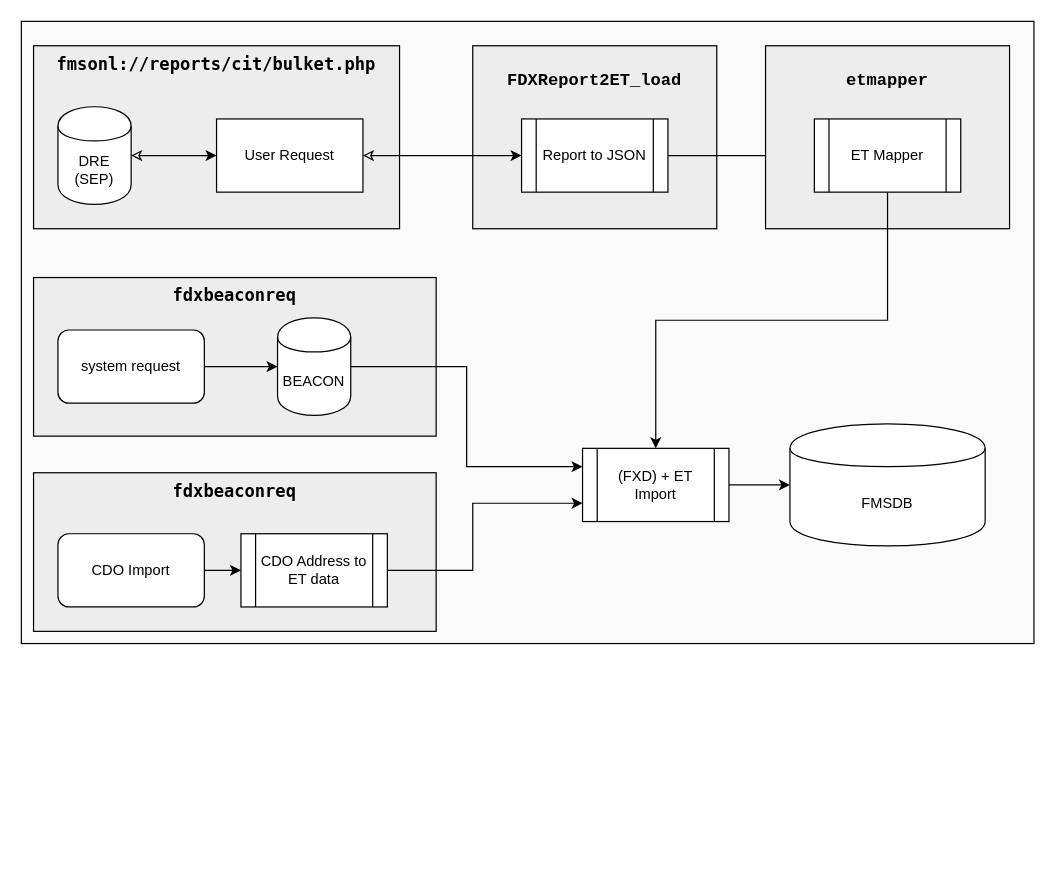
Above: beaconfms.drawio in mattybee/WorkPrjs (draw.io), before the change. Source tidied: cells renumbered, new cells numbered last; positions are measured from the earlier drawing's top-left corner, leaving out a move shared by most shapes. Both pictures are drawn from the tidied source at 122%, with x=0, y=0 at pixel (21, 21).
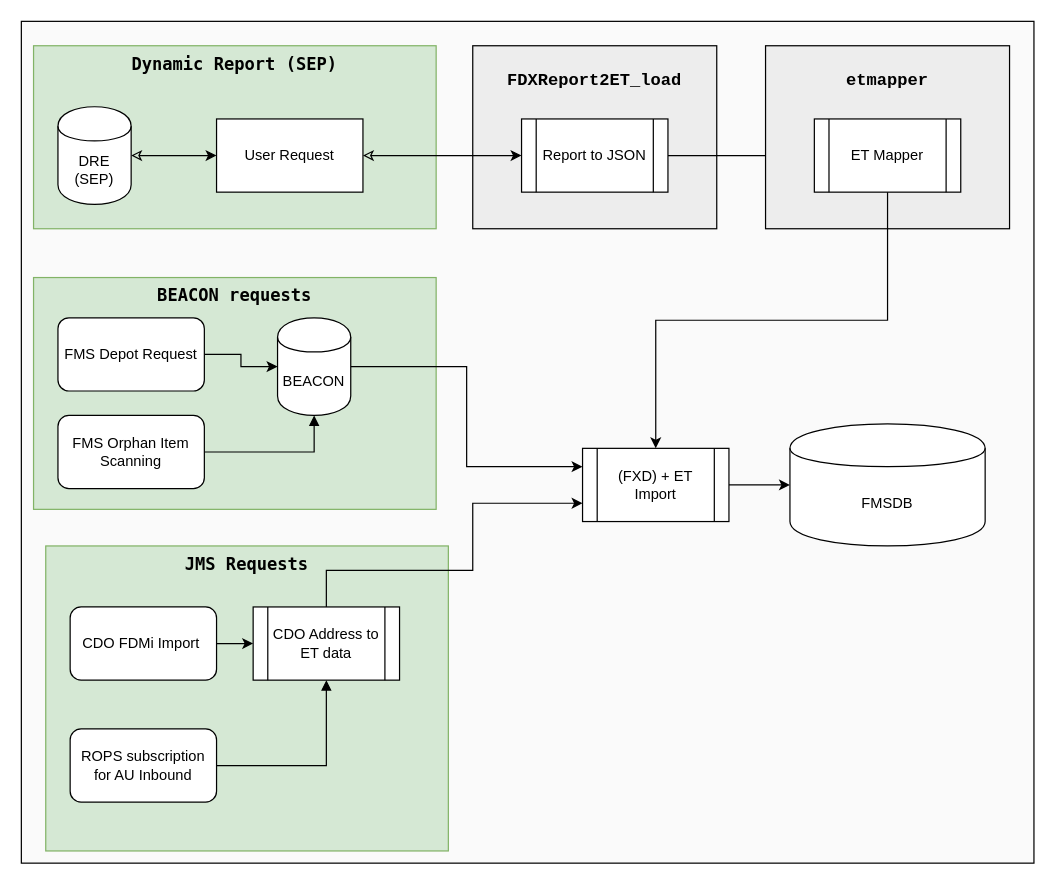
The same diagram, later.

The change refers to these unchanged cells:
```xml
<mxCell id="19" value="BEACON" style="shape=cylinder;whiteSpace=wrap;html=1;boundedLbl=1;backgroundOutline=1;" parent="1" vertex="1">
  <mxGeometry x="210" y="243" width="60" height="80" as="geometry" />
</mxCell>
```

What changed in the source:
```diff
@@
     <mxCell id="2" style="rounded=0;whiteSpace=wrap;html=1;fontFamily=Lucida Console;fontSize=14;fillColor=#FAFAFA;" parent="1" vertex="1">
-      <mxGeometry width="830" height="510" as="geometry" />
+      <mxGeometry width="830" height="690" as="geometry" />
     </mxCell>
-    <mxCell id="3" value="fdxbeaconreq" style="rounded=0;whiteSpace=wrap;html=1;fillColor=#EDEDED;fontFamily=Lucida Console;fontSize=14;fontStyle=1;verticalAlign=top;" parent="1" vertex="1">
-      <mxGeometry x="10" y="370" width="330" height="130" as="geometry" />
+    <mxCell id="3" value="JMS Requests" style="rounded=0;whiteSpace=wrap;html=1;fillColor=#d5e8d4;fontFamily=Lucida Console;fontSize=14;fontStyle=1;verticalAlign=top;strokeColor=#82b366;" parent="1" vertex="1">
+      <mxGeometry x="20" y="430" width="330" height="250" as="geometry" />
     </mxCell>
-    <mxCell id="4" value="fdxbeaconreq" style="rounded=0;whiteSpace=wrap;html=1;fillColor=#EDEDED;fontFamily=Lucida Console;fontSize=14;fontStyle=1;verticalAlign=top;" parent="1" vertex="1">
-      <mxGeometry x="10" y="210" width="330" height="130" as="geometry" />
+    <mxCell id="4" value="BEACON requests" style="rounded=0;whiteSpace=wrap;html=1;fillColor=#d5e8d4;fontFamily=Lucida Console;fontSize=14;fontStyle=1;verticalAlign=top;strokeColor=#82b366;" parent="1" vertex="1">
+      <mxGeometry x="10" y="210" width="330" height="190" as="geometry" />
     </mxCell>
-    <mxCell id="5" value="fmsonl://reports/cit/bulket.php" style="rounded=0;whiteSpace=wrap;html=1;fillColor=#EDEDED;fontSize=14;fontFamily=Lucida Console;verticalAlign=top;fontStyle=1;" parent="1" vertex="1">
-      <mxGeometry x="10" y="20" width="300" height="150" as="geometry" />
+    <mxCell id="5" value="Dynamic Report (SEP)" style="rounded=0;whiteSpace=wrap;html=1;fillColor=#d5e8d4;fontSize=14;fontFamily=Lucida Console;verticalAlign=top;fontStyle=1;strokeColor=#82b366;" parent="1" vertex="1">
+      <mxGeometry x="10" y="20" width="330" height="150" as="geometry" />
     </mxCell>
@@
-    <mxCell id="10" value="system request" style="rounded=1;whiteSpace=wrap;html=1;" parent="1" vertex="1">
-      <mxGeometry x="30" y="253" width="120" height="60" as="geometry" />
+    <mxCell id="10" value="FMS Depot Request" style="rounded=1;whiteSpace=wrap;html=1;" parent="1" vertex="1">
+      <mxGeometry x="30" y="243" width="120" height="60" as="geometry" />
     </mxCell>
@@
-    <mxCell id="12" value="CDO Import" style="rounded=1;whiteSpace=wrap;html=1;" parent="1" vertex="1">
-      <mxGeometry x="30" y="420" width="120" height="60" as="geometry" />
+    <mxCell id="12" value="CDO FDMi Import&amp;nbsp;" style="rounded=1;whiteSpace=wrap;html=1;" parent="1" vertex="1">
+      <mxGeometry x="40" y="480" width="120" height="60" as="geometry" />
     </mxCell>
@@
     <mxCell id="22" value="CDO Address to ET data" style="shape=process;whiteSpace=wrap;html=1;backgroundOutline=1;" parent="1" vertex="1">
-      <mxGeometry x="180" y="420" width="120" height="60" as="geometry" />
+      <mxGeometry x="190" y="480" width="120" height="60" as="geometry" />
     </mxCell>
@@
+    <mxCell id="27" style="edgeStyle=orthogonalEdgeStyle;rounded=0;jettySize=auto;html=1;entryX=0.5;entryY=1;entryDx=0;entryDy=0;startArrow=none;startFill=0;endArrow=block;endFill=1;" parent="1" edge="1" source="28" target="22">
+      <mxGeometry relative="1" as="geometry" />
+    </mxCell>
+    <mxCell id="28" value="ROPS subscription for AU Inbound" style="rounded=1;whiteSpace=wrap;html=1;" parent="1" vertex="1">
+      <mxGeometry x="40" y="580" width="120" height="60" as="geometry" />
+    </mxCell>
+    <mxCell id="29" style="edgeStyle=orthogonalEdgeStyle;rounded=0;jettySize=auto;html=1;entryX=0.5;entryY=1;entryDx=0;entryDy=0;startArrow=none;startFill=0;endArrow=block;endFill=1;" parent="1" edge="1" source="30" target="19">
+      <mxGeometry relative="1" as="geometry" />
+    </mxCell>
+    <mxCell id="30" value="FMS Orphan Item Scanning" style="rounded=1;whiteSpace=wrap;html=1;" parent="1" vertex="1">
+      <mxGeometry x="30" y="323" width="120" height="60" as="geometry" />
+    </mxCell>
```
